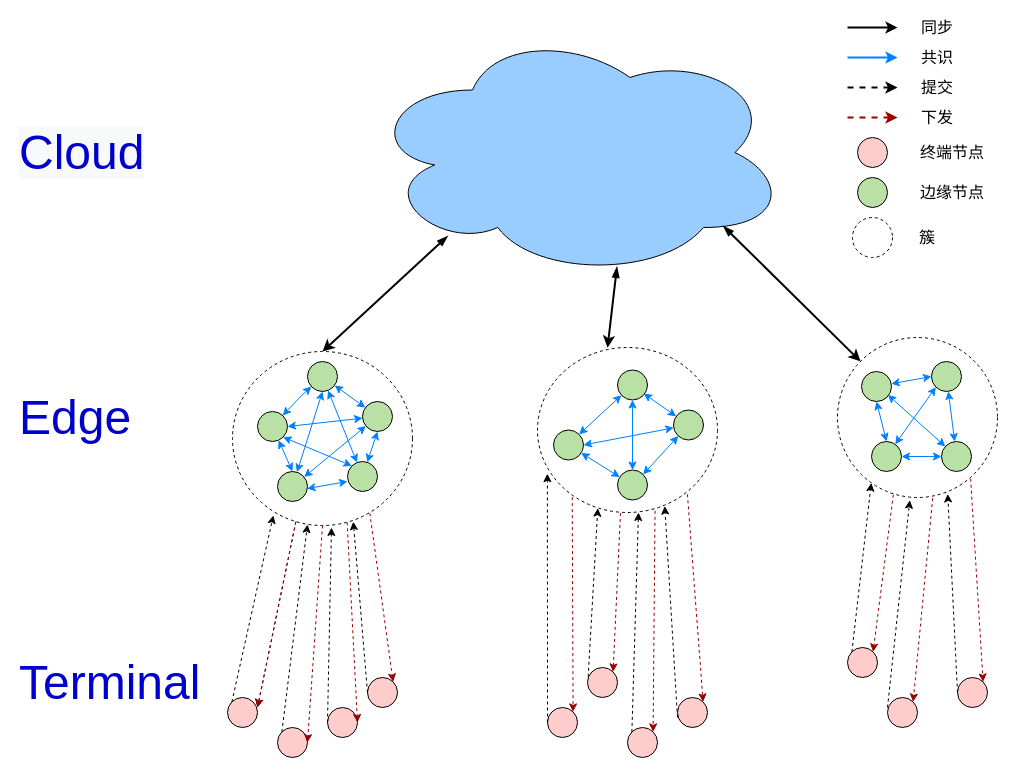
Earlier version of the draw.io diagram uih/Cloud-Edge-coor.drawio (xzs603/draw.io). Source tidied: cells renumbered, new cells numbered last; positions are measured from the earlier drawing's top-left corner, leaving out a move shared by most shapes. Both pictures are drawn from the tidied source at 100%, with x=0, y=0 at pixel (17, 17).
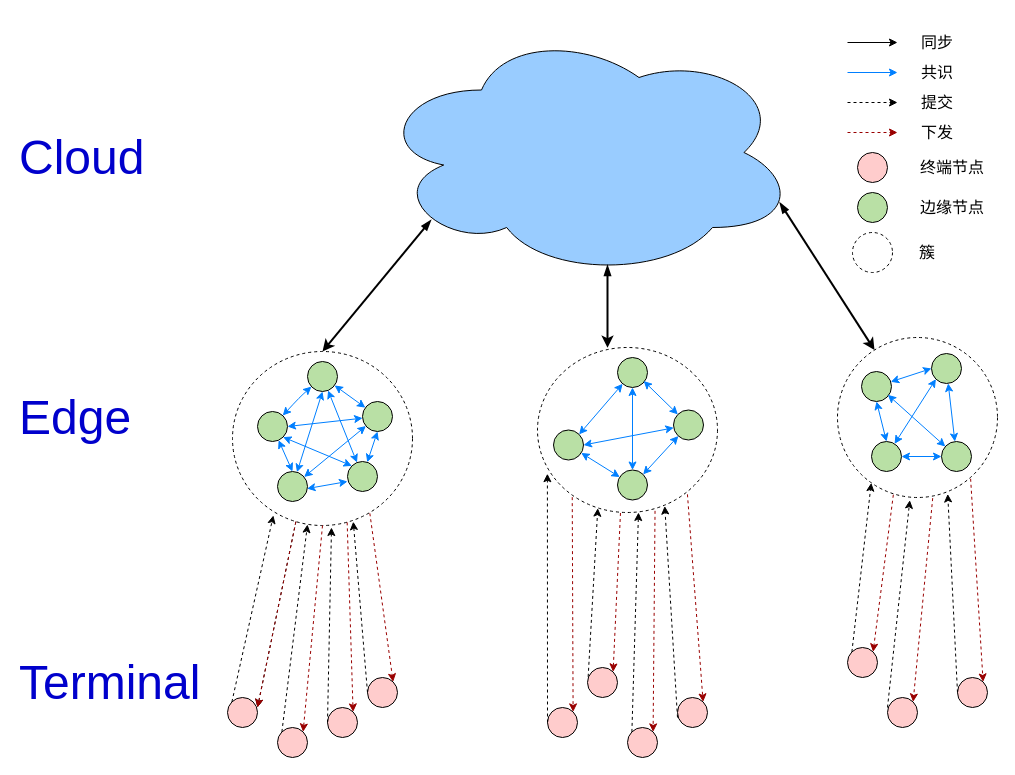
After the change.

The change refers to these unchanged cells:
```xml
<mxCell id="19" style="ellipse;whiteSpace=wrap;html=1;fillColor=none;dashed=1;" parent="3" vertex="1">
  <mxGeometry x="-5" y="4" width="180" height="174" as="geometry" />
</mxCell>
<mxCell id="20" style="group;" parent="1" vertex="1">
  <mxGeometry x="530" y="340" width="170" height="155" as="geometry" />
</mxCell>
<mxCell id="21" style="ellipse;whiteSpace=wrap;html=1;fillColor=none;dashed=1;" parent="20" vertex="1">
  <mxGeometry x="-10" y="-10" width="180" height="165" as="geometry" />
</mxCell>
<mxCell id="32" style="group;" parent="1" vertex="1">
  <mxGeometry x="820" y="320" width="160" height="160" as="geometry" />
</mxCell>
<mxCell id="33" style="ellipse;whiteSpace=wrap;html=1;fillColor=none;dashed=1;" parent="32" vertex="1">
  <mxGeometry width="160" height="160" as="geometry" />
</mxCell>
<mxCell id="45" style="ellipse;whiteSpace=wrap;html=1;fillColor=#FFCCCC;" parent="1" vertex="1">
  <mxGeometry x="260" y="710" width="30" height="30" as="geometry" />
</mxCell>
<mxCell id="46" style="ellipse;whiteSpace=wrap;html=1;fillColor=#FFCCCC;" parent="1" vertex="1">
  <mxGeometry x="310" y="690" width="30" height="30" as="geometry" />
</mxCell>
```

What changed in the source:
```diff
@@
     <mxCell id="2" style="ellipse;shape=cloud;whiteSpace=wrap;html=1;fillColor=#99CCFF;" parent="1" vertex="1">
-      <mxGeometry x="350" y="10" width="420" height="250" as="geometry" />
+      <mxGeometry x="359" y="10" width="420" height="250" as="geometry" />
     </mxCell>
@@
     <mxCell id="22" style="ellipse;whiteSpace=wrap;html=1;fillColor=#B9E0A5;" parent="20" vertex="1">
-      <mxGeometry x="70" y="12.5" width="30" height="30" as="geometry" />
+      <mxGeometry x="70" width="30" height="30" as="geometry" />
     </mxCell>
@@
     <mxCell id="34" style="ellipse;whiteSpace=wrap;html=1;fillColor=#B9E0A5;" parent="32" vertex="1">
-      <mxGeometry x="94" y="24" width="30" height="30" as="geometry" />
+      <mxGeometry x="94" y="16" width="30" height="30" as="geometry" />
     </mxCell>
@@
-    <mxCell id="75" style="endArrow=classic;html=1;dashed=1;entryX=1;entryY=0.5;entryDx=0;entryDy=0;exitX=0.637;exitY=0.982;exitDx=0;exitDy=0;exitPerimeter=0;strokeColor=#990000;" parent="1" edge="1" source="19" target="46">
+    <mxCell id="75" style="endArrow=classic;html=1;dashed=1;exitX=0.637;exitY=0.982;exitDx=0;exitDy=0;exitPerimeter=0;strokeColor=#990000;entryX=1;entryY=0;entryDx=0;entryDy=0;" parent="1" edge="1" source="19" target="46">
       <mxGeometry relative="1" as="geometry" />
     </mxCell>
-    <mxCell id="76" style="endArrow=classic;html=1;dashed=1;entryX=1;entryY=0.5;entryDx=0;entryDy=0;exitX=0.5;exitY=1;exitDx=0;exitDy=0;strokeColor=#990000;" parent="1" edge="1" source="19" target="45">
+    <mxCell id="76" style="endArrow=classic;html=1;dashed=1;entryX=1;entryY=0;entryDx=0;entryDy=0;exitX=0.5;exitY=1;exitDx=0;exitDy=0;strokeColor=#990000;" parent="1" edge="1" source="19" target="45">
       <mxGeometry relative="1" as="geometry" />
     </mxCell>
-    <mxCell id="77" style="endArrow=blockThin;startArrow=classic;html=1;strokeColor=#000000;exitX=0.5;exitY=0;exitDx=0;exitDy=0;entryX=0.191;entryY=0.834;entryDx=0;entryDy=0;entryPerimeter=0;endFill=1;strokeWidth=2;" parent="1" edge="1" source="19" target="2">
+    <mxCell id="77" style="endArrow=blockThin;startArrow=classic;html=1;strokeColor=#000000;exitX=0.5;exitY=0;exitDx=0;exitDy=0;entryX=0.13;entryY=0.77;entryDx=0;entryDy=0;entryPerimeter=0;endFill=1;strokeWidth=2;" parent="1" edge="1" source="19" target="2">
       <mxGeometry relative="1" as="geometry" />
     </mxCell>
-    <mxCell id="78" style="endArrow=blockThin;startArrow=classic;html=1;strokeColor=#000000;entryX=0.594;entryY=0.957;entryDx=0;entryDy=0;entryPerimeter=0;endFill=1;strokeWidth=2;exitX=0.389;exitY=0.001;exitDx=0;exitDy=0;exitPerimeter=0;" parent="1" edge="1" source="21" target="2">
+    <mxCell id="78" style="endArrow=blockThin;startArrow=classic;html=1;strokeColor=#000000;endFill=1;strokeWidth=2;exitX=0.389;exitY=0.001;exitDx=0;exitDy=0;exitPerimeter=0;entryX=0.55;entryY=0.95;entryDx=0;entryDy=0;entryPerimeter=0;" parent="1" edge="1" source="21" target="2">
       <mxGeometry relative="1" as="geometry" />
     </mxCell>
-    <mxCell id="79" style="endArrow=blockThin;startArrow=classic;html=1;strokeColor=#000000;entryX=0.847;entryY=0.794;entryDx=0;entryDy=0;entryPerimeter=0;endFill=1;strokeWidth=2;" parent="1" edge="1" source="33" target="2">
+    <mxCell id="79" style="endArrow=blockThin;startArrow=classic;html=1;strokeColor=#000000;entryX=0.96;entryY=0.7;entryDx=0;entryDy=0;entryPerimeter=0;endFill=1;strokeWidth=2;" parent="1" edge="1" source="33" target="2">
       <mxGeometry relative="1" as="geometry" />
     </mxCell>
-    <mxCell id="80" style="endArrow=classic;html=1;strokeColor=#000000;strokeWidth=2;" parent="1" edge="1">
+    <mxCell id="80" style="endArrow=classic;html=1;strokeColor=#000000;strokeWidth=1;" parent="1" edge="1">
       <mxGeometry relative="1" as="geometry">
-        <mxPoint x="830" y="10" as="sourcePoint" />
-        <mxPoint x="880" y="10" as="targetPoint" />
+        <mxPoint x="830" y="25" as="sourcePoint" />
+        <mxPoint x="880" y="25" as="targetPoint" />
       </mxGeometry>
     </mxCell>
-    <mxCell id="81" style="endArrow=classic;html=1;strokeWidth=2;strokeColor=#007FFF;" parent="1" edge="1">
+    <mxCell id="81" style="endArrow=classic;html=1;strokeWidth=1;strokeColor=#007FFF;" parent="1" edge="1">
       <mxGeometry relative="1" as="geometry">
-        <mxPoint x="830" y="40" as="sourcePoint" />
-        <mxPoint x="880" y="40" as="targetPoint" />
+        <mxPoint x="830" y="55" as="sourcePoint" />
+        <mxPoint x="880" y="55" as="targetPoint" />
       </mxGeometry>
     </mxCell>
-    <mxCell id="82" style="endArrow=classic;html=1;strokeColor=#000000;strokeWidth=2;dashed=1;" parent="1" edge="1">
+    <mxCell id="82" style="endArrow=classic;html=1;strokeColor=#000000;strokeWidth=1;dashed=1;" parent="1" edge="1">
       <mxGeometry relative="1" as="geometry">
-        <mxPoint x="830" y="70" as="sourcePoint" />
-        <mxPoint x="880" y="70" as="targetPoint" />
+        <mxPoint x="830" y="85" as="sourcePoint" />
+        <mxPoint x="880" y="85" as="targetPoint" />
       </mxGeometry>
     </mxCell>
-    <mxCell id="83" style="endArrow=classic;html=1;strokeWidth=2;dashed=1;strokeColor=#990000;" parent="1" edge="1">
+    <mxCell id="83" style="endArrow=classic;html=1;strokeWidth=1;dashed=1;strokeColor=#990000;" parent="1" edge="1">
       <mxGeometry relative="1" as="geometry">
-        <mxPoint x="830" y="100" as="sourcePoint" />
-        <mxPoint x="880" y="100" as="targetPoint" />
+        <mxPoint x="830" y="115" as="sourcePoint" />
+        <mxPoint x="880" y="115" as="targetPoint" />
       </mxGeometry>
     </mxCell>
     <mxCell id="84" style="ellipse;whiteSpace=wrap;html=1;fillColor=#FFCCCC;" parent="1" vertex="1">
-      <mxGeometry x="840" y="120" width="30" height="30" as="geometry" />
+      <mxGeometry x="840" y="135" width="30" height="30" as="geometry" />
     </mxCell>
     <mxCell id="85" style="ellipse;whiteSpace=wrap;html=1;fillColor=#B9E0A5;" parent="1" vertex="1">
-      <mxGeometry x="840" y="160" width="30" height="30" as="geometry" />
+      <mxGeometry x="840" y="175" width="30" height="30" as="geometry" />
     </mxCell>
     <mxCell id="86" style="ellipse;whiteSpace=wrap;html=1;fillColor=none;dashed=1;" parent="1" vertex="1">
-      <mxGeometry x="835" y="200" width="40" height="40" as="geometry" />
+      <mxGeometry x="835" y="215" width="40" height="40" as="geometry" />
     </mxCell>
     <mxCell id="87" value="同步" style="text;html=1;strokeColor=none;fillColor=none;align=center;verticalAlign=middle;whiteSpace=wrap;rounded=0;dashed=1;fontSize=16;" parent="1" vertex="1">
-      <mxGeometry x="900" width="40" height="20" as="geometry" />
+      <mxGeometry x="900" y="15" width="40" height="20" as="geometry" />
     </mxCell>
     <mxCell id="88" value="共识" style="text;html=1;strokeColor=none;fillColor=none;align=center;verticalAlign=middle;whiteSpace=wrap;rounded=0;dashed=1;fontSize=16;" parent="1" vertex="1">
-      <mxGeometry x="900" y="30" width="40" height="20" as="geometry" />
+      <mxGeometry x="900" y="45" width="40" height="20" as="geometry" />
     </mxCell>
     <mxCell id="89" value="提交" style="text;html=1;strokeColor=none;fillColor=none;align=center;verticalAlign=middle;whiteSpace=wrap;rounded=0;dashed=1;fontSize=16;" parent="1" vertex="1">
-      <mxGeometry x="900" y="60" width="40" height="20" as="geometry" />
+      <mxGeometry x="900" y="75" width="40" height="20" as="geometry" />
     </mxCell>
     <mxCell id="90" value="下发" style="text;html=1;strokeColor=none;fillColor=none;align=center;verticalAlign=middle;whiteSpace=wrap;rounded=0;dashed=1;fontSize=16;" parent="1" vertex="1">
-      <mxGeometry x="900" y="90" width="40" height="20" as="geometry" />
+      <mxGeometry x="900" y="105" width="40" height="20" as="geometry" />
     </mxCell>
     <mxCell id="91" value="终端节点" style="text;html=1;strokeColor=none;fillColor=none;align=center;verticalAlign=middle;whiteSpace=wrap;rounded=0;dashed=1;fontSize=16;" parent="1" vertex="1">
-      <mxGeometry x="900" y="125" width="70" height="20" as="geometry" />
+      <mxGeometry x="900" y="140" width="70" height="20" as="geometry" />
     </mxCell>
     <mxCell id="92" value="边缘节点" style="text;html=1;strokeColor=none;fillColor=none;align=center;verticalAlign=middle;whiteSpace=wrap;rounded=0;dashed=1;fontSize=16;" parent="1" vertex="1">
-      <mxGeometry x="900" y="165" width="70" height="20" as="geometry" />
+      <mxGeometry x="900" y="180" width="70" height="20" as="geometry" />
     </mxCell>
     <mxCell id="93" value="簇" style="text;html=1;strokeColor=none;fillColor=none;align=center;verticalAlign=middle;whiteSpace=wrap;rounded=0;dashed=1;fontSize=16;" parent="1" vertex="1">
-      <mxGeometry x="890" y="210" width="40" height="20" as="geometry" />
+      <mxGeometry x="890" y="225" width="40" height="20" as="geometry" />
     </mxCell>
@@
-    <mxCell id="95" value="&lt;span style=&quot;font-family: helvetica; font-size: 48px; font-style: normal; font-weight: 400; letter-spacing: normal; text-align: center; text-indent: 0px; text-transform: none; word-spacing: 0px; background-color: rgb(248, 249, 250); display: inline; float: none;&quot;&gt;Cloud&lt;/span&gt;" style="text;whiteSpace=wrap;html=1;fontSize=16;fontColor=#0000CC;" parent="1" vertex="1">
-      <mxGeometry y="100" width="150" height="50" as="geometry" />
-    </mxCell>
@@
+    <mxCell id="95" value="&lt;div style=&quot;text-align: center&quot;&gt;&lt;span style=&quot;font-size: 48px&quot;&gt;&lt;font face=&quot;helvetica&quot;&gt;Cloud&lt;/font&gt;&lt;/span&gt;&lt;/div&gt;" style="text;whiteSpace=wrap;html=1;fontSize=16;fontColor=#0000CC;" parent="1" vertex="1">
+      <mxGeometry y="105" width="150" height="50" as="geometry" />
+    </mxCell>
```
